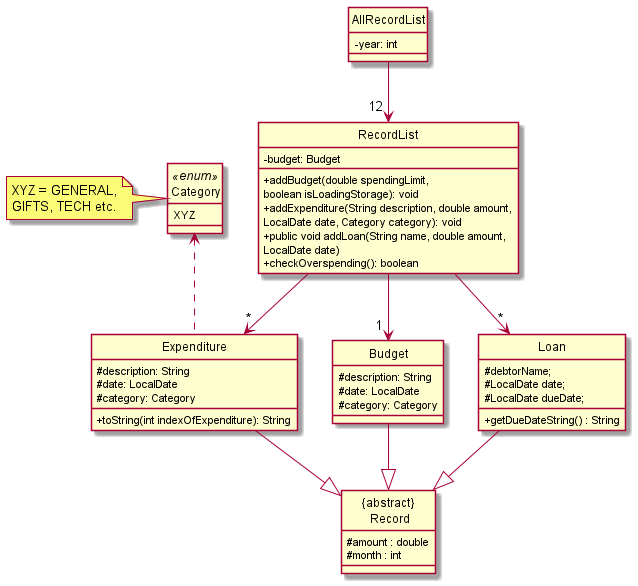
This is docs/images/DataDiagram.png from nus-cs2113-AY2122S1/tp, a PlantUML export, as it was before one commit. The source it was exported from:
```plantuml
@startuml
hide circle
skinparam classAttributeIconSize 0

class AllRecordList
class RecordList
enum Category <<enum>>

abstract class "{abstract}\n Record" as Record

AllRecordList -down->"12 " RecordList

RecordList -down->"1 " Budget
RecordList -down->"*" Loan
RecordList -down->"*" Expenditure

Budget -down-|> Record
Expenditure -down-|> Record
Loan -down-|> Record

Expenditure -up.> Category

RecordList -[hidden]left-> Category

class AllRecordList {
 - year: int
}

class RecordList {
 - budget: Budget

 + addBudget(double spendingLimit,
 boolean isLoadingStorage): void
 + addExpenditure(String description, double amount,
 LocalDate date, Category category): void
 + public void addLoan(String name, double amount,
  LocalDate date)
 + checkOverspending(): boolean
}

class Expenditure {
 # description: String
 # date: LocalDate
 # category: Category
 + toString(int indexOfExpenditure): String
}

class Budget {
 # description: String
 # date: LocalDate
 # category: Category
}

class Loan {
 # debtorName;
 # LocalDate date;
 # LocalDate dueDate;
 + getDueDateString() : String
}

class Record {
 # amount : double
 # month : int
}


enum Category {
XYZ
}
note left
XYZ = GENERAL,
GIFTS, TECH etc.
end note

@enduml
```
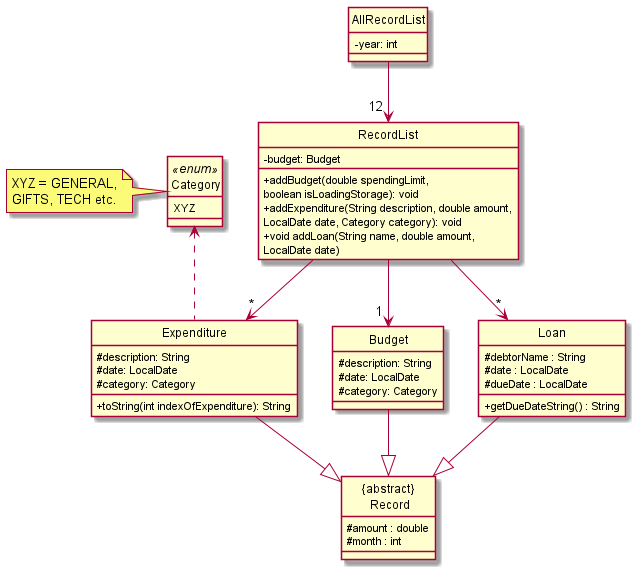
The same diagram one commit later.

Diff of the diagram source:
```diff
@@ -33,9 +33,8 @@
  boolean isLoadingStorage): void
  + addExpenditure(String description, double amount,
  LocalDate date, Category category): void
- + public void addLoan(String name, double amount,
+ + void addLoan(String name, double amount,
   LocalDate date)
- + checkOverspending(): boolean
 }
 
 class Expenditure {
@@ -52,9 +51,9 @@
 }
 
 class Loan {
- # debtorName;
- # LocalDate date;
- # LocalDate dueDate;
+ # debtorName : String
+ # date : LocalDate
+ # dueDate : LocalDate
  + getDueDateString() : String
 }
 
```
